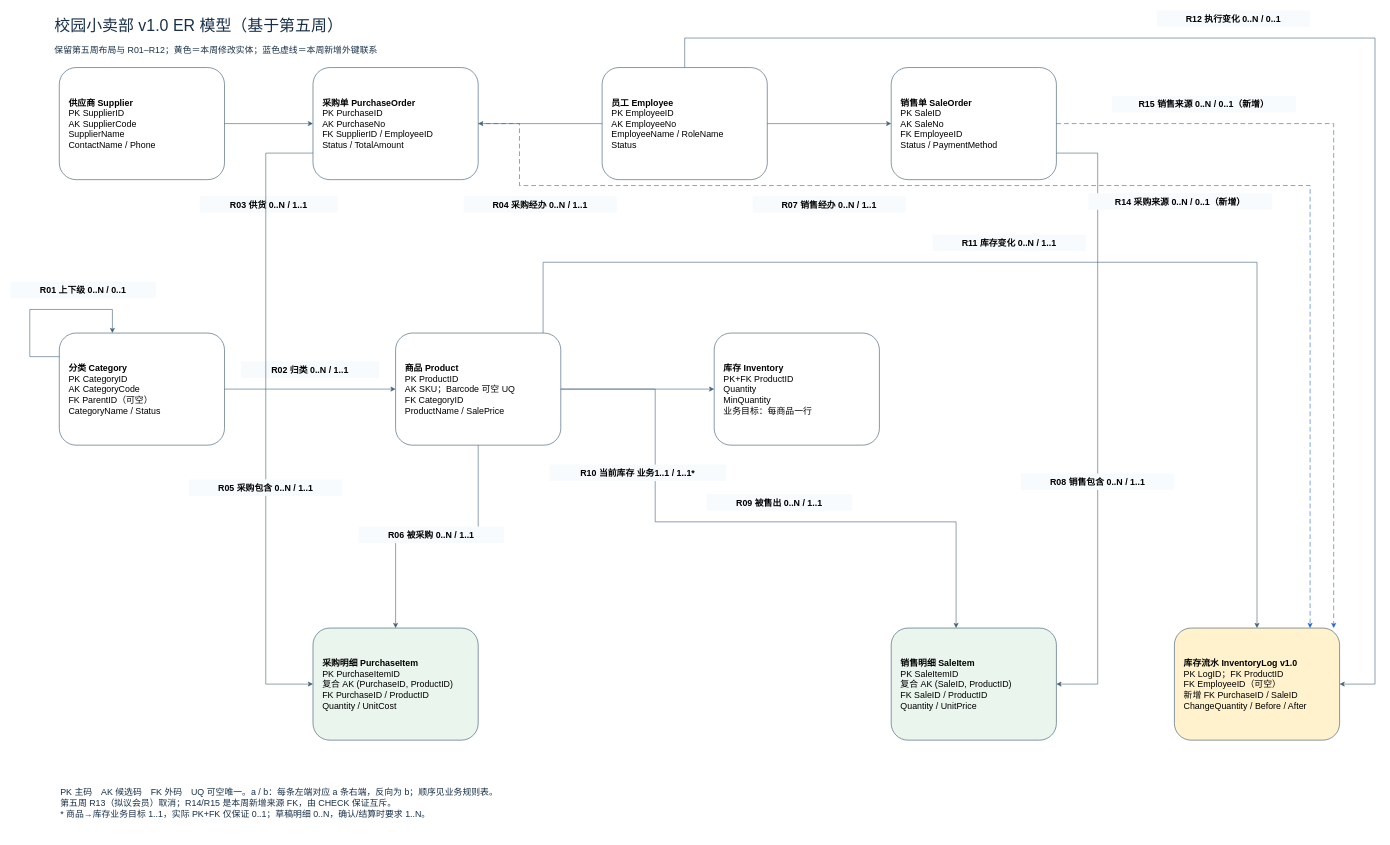
Above: submissions/v1.0-final/docs/week6-normalization/week6-er.drawio in yunf161/DataBase-2026-lab (draw.io), before the change. Source tidied: cells renumbered, new cells numbered last; positions are measured from the earlier drawing's top-left corner, leaving out a move shared by most shapes. Both pictures are drawn from the tidied source at 59%, with x=0, y=0 at pixel (10, 10).
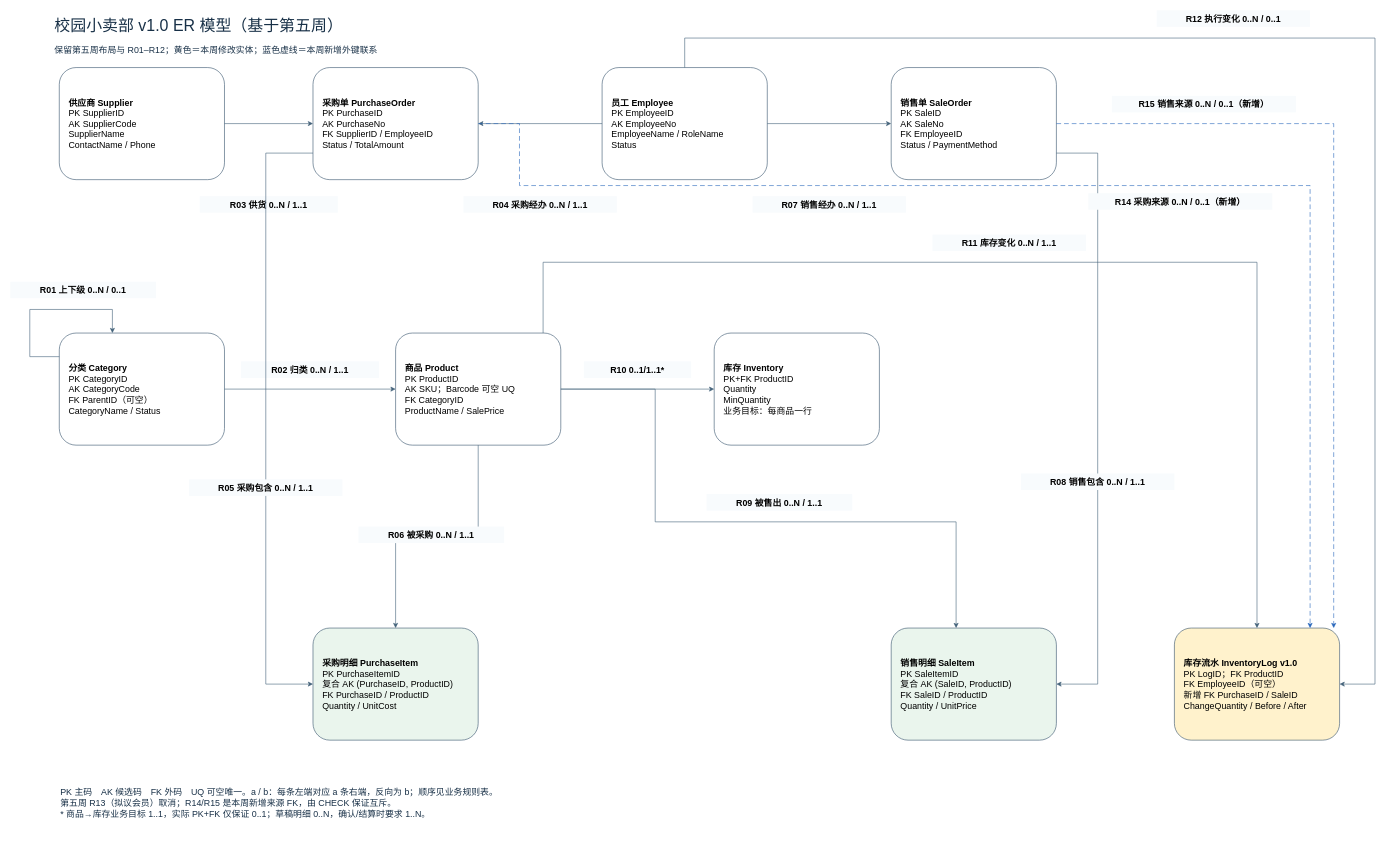
After the change.

What changed in the source:
```diff
@@
-    <mxCell id="34" value="R10 当前库存 业务1..1 / 1..1*" style="text;html=1;align=center;verticalAlign=middle;fontSize=15;fontStyle=1;fillColor=#f8fbfd;strokeColor=none;whiteSpace=wrap;" parent="1" vertex="1">
-      <mxGeometry x="914" y="770" width="299" height="28" as="geometry" />
+    <mxCell id="34" value="R10 0..1/1..1*" style="text;html=1;align=center;verticalAlign=middle;fontSize=15;fontStyle=1;fillColor=#f8fbfd;strokeColor=none;whiteSpace=wrap;" parent="1" vertex="1">
+      <mxGeometry x="972" y="595" width="182" height="28" as="geometry" />
     </mxCell>
```
